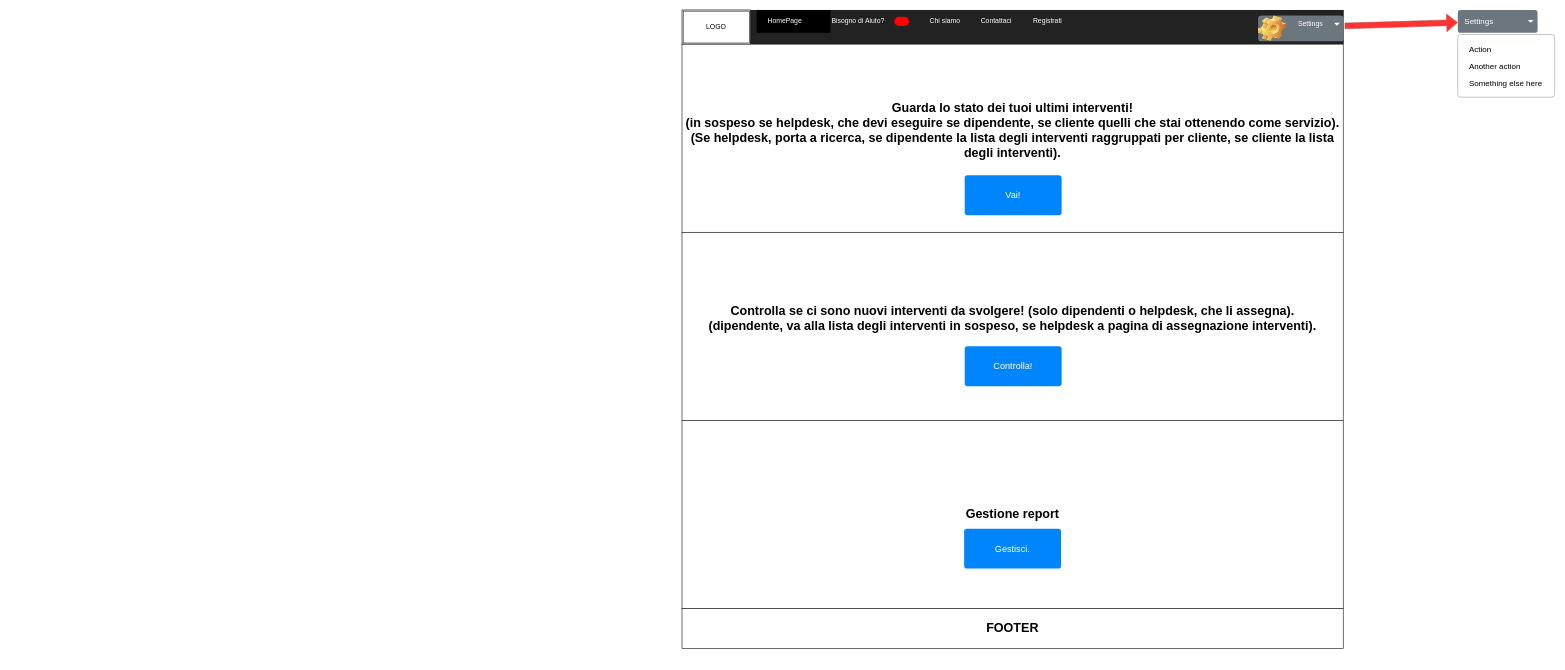
Earlier version of the draw.io diagram mockup/InfoservicePrivata1.1.drawio (InfoServiceEASY/SitoInfoService). Source tidied: cells renumbered, new cells numbered last; positions are measured from the earlier drawing's top-left corner, leaving out a move shared by most shapes. Both pictures are drawn from the tidied source at 57%, with x=0, y=0 at pixel (682, 10).
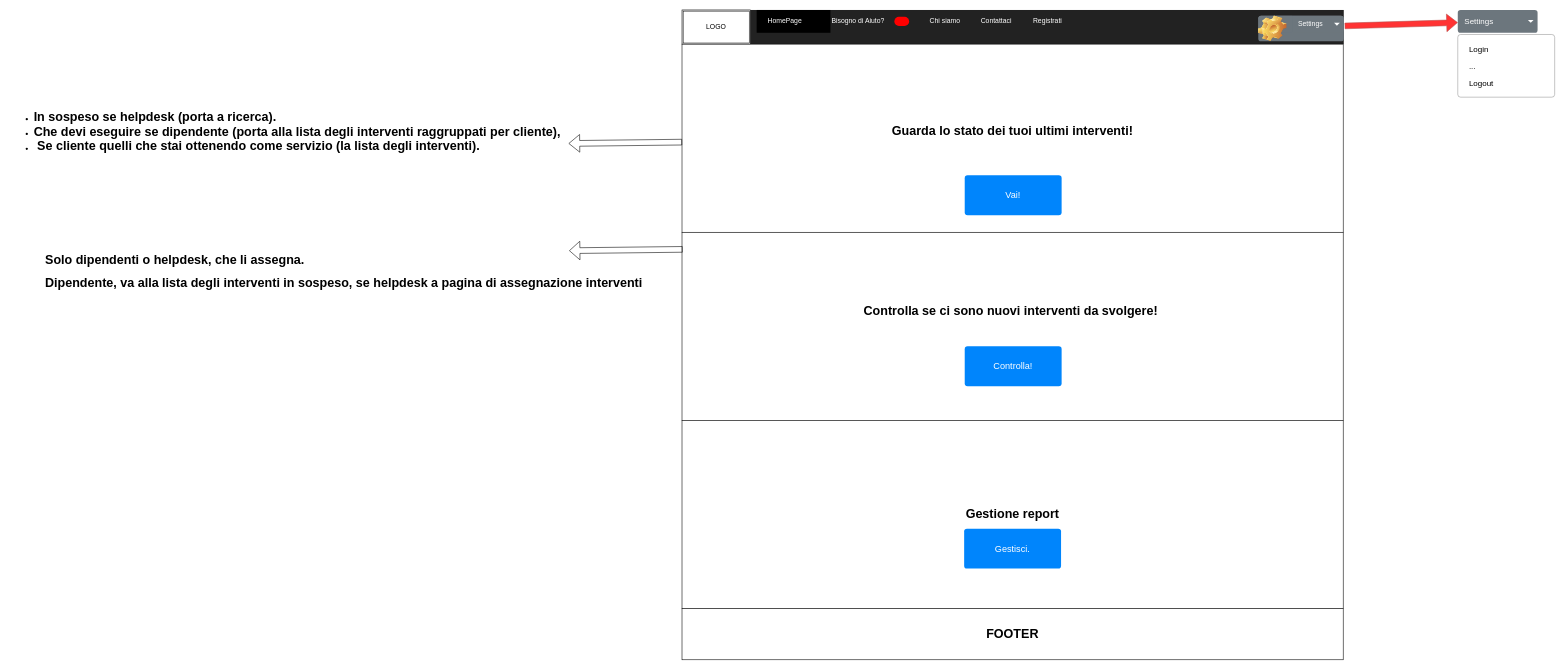
Above is the later version.

Unchanged cells that the change refers to:
```xml
<mxCell id="18" style="html=1;shadow=0;dashed=0;shape=mxgraph.bootstrap.rrect;rSize=5;fillColor=#ffffff;strokeColor=#999999;" parent="1" vertex="1">
  <mxGeometry x="1361" y="43" width="170" height="110" as="geometry" />
</mxCell>
```

Diff of the diagram source:
```diff
@@
-    <mxCell id="19" value="Action" style="fillColor=none;strokeColor=none;align=left;spacing=20;fontSize=14;" parent="18" vertex="1">
+    <mxCell id="19" value="Login" style="fillColor=none;strokeColor=none;align=left;spacing=20;fontSize=14;" parent="18" vertex="1">
       <mxGeometry width="170" height="30" relative="1" as="geometry">
         <mxPoint y="10" as="offset" />
       </mxGeometry>
     </mxCell>
-    <mxCell id="20" value="Another action" style="fillColor=none;strokeColor=none;align=left;spacing=20;fontSize=14;" parent="18" vertex="1">
+    <mxCell id="20" value="..." style="fillColor=none;strokeColor=none;align=left;spacing=20;fontSize=14;" parent="18" vertex="1">
       <mxGeometry width="170" height="30" relative="1" as="geometry">
         <mxPoint y="40" as="offset" />
       </mxGeometry>
     </mxCell>
-    <mxCell id="21" value="Something else here" style="fillColor=none;strokeColor=none;align=left;spacing=20;fontSize=14;" parent="18" vertex="1">
+    <mxCell id="21" value="Logout" style="fillColor=none;strokeColor=none;align=left;spacing=20;fontSize=14;" parent="18" vertex="1">
       <mxGeometry width="170" height="30" relative="1" as="geometry">
         <mxPoint y="70" as="offset" />
       </mxGeometry>
     </mxCell>
@@
-    <mxCell id="23" value="&lt;b style=&quot;font-size: 22px&quot;&gt;Guarda lo stato dei tuoi ultimi interventi! &lt;br&gt;(in sospeso se helpdesk, che devi eseguire se dipendente, se cliente quelli che stai ottenendo come servizio).&lt;br&gt;(Se helpdesk, porta a ricerca, se dipendente la lista degli interventi raggruppati per cliente, se cliente la lista degli interventi).&lt;/b&gt;&lt;b style=&quot;font-size: 22px&quot;&gt;&lt;br&gt;&lt;br&gt;&lt;/b&gt;" style="rounded=0;whiteSpace=wrap;html=1;" parent="1" vertex="1">
+    <mxCell id="23" value="&lt;b style=&quot;font-size: 22px&quot;&gt;Guarda lo stato dei tuoi ultimi interventi! &lt;br&gt;&lt;/b&gt;&lt;b style=&quot;font-size: 22px&quot;&gt;&lt;br&gt;&lt;/b&gt;" style="rounded=0;whiteSpace=wrap;html=1;" parent="1" vertex="1">
       <mxGeometry y="60" width="1160" height="330" as="geometry" />
     </mxCell>
@@
-    <mxCell id="25" value="&lt;b style=&quot;font-size: 22px&quot;&gt;Controlla se ci sono nuovi interventi da svolgere! (solo dipendenti o helpdesk, che li assegna).&lt;br&gt;(dipendente, va alla lista degli interventi in sospeso, se helpdesk a pagina di assegnazione interventi).&lt;br&gt;&lt;br&gt;&lt;/b&gt;" style="rounded=0;whiteSpace=wrap;html=1;" parent="1" vertex="1">
+    <mxCell id="25" value="&lt;b style=&quot;font-size: 22px&quot;&gt;Controlla se ci sono nuovi interventi da svolgere!&amp;nbsp;&lt;br&gt;&lt;br&gt;&lt;br&gt;&lt;/b&gt;" style="rounded=0;whiteSpace=wrap;html=1;" parent="1" vertex="1">
       <mxGeometry y="390" width="1160" height="330" as="geometry" />
     </mxCell>
@@
     <mxCell id="29" value="&lt;b style=&quot;font-size: 22px&quot;&gt;FOOTER&lt;br&gt;&lt;/b&gt;" style="rounded=0;whiteSpace=wrap;html=1;" parent="1" vertex="1">
-      <mxGeometry y="1050" width="1160" height="70" as="geometry" />
+      <mxGeometry y="1050" width="1160" height="90" as="geometry" />
     </mxCell>
+    <mxCell id="30" value="&lt;ul&gt;&lt;li&gt;&lt;b style=&quot;font-size: 22px&quot;&gt;In sospeso se helpdesk (porta a ricerca).&lt;/b&gt;&lt;/li&gt;&lt;li&gt;&lt;b style=&quot;font-size: 22px&quot;&gt;Che devi eseguire se dipendente (&lt;b&gt;porta alla&amp;nbsp;&lt;b&gt;lista degli interventi raggruppati per cliente&lt;/b&gt;)&lt;/b&gt;,&lt;/b&gt;&lt;/li&gt;&lt;li&gt;&lt;b style=&quot;font-size: 22px&quot;&gt;&amp;nbsp;Se cliente quelli che stai ottenendo come servizio (&lt;b&gt;la lista degli interventi)&lt;/b&gt;.&lt;/b&gt;&lt;/li&gt;&lt;/ul&gt;&lt;b style=&quot;font-size: 22px&quot;&gt;&amp;nbsp;&lt;br&gt;&lt;/b&gt;&lt;b style=&quot;font-size: 22px&quot;&gt;&lt;br&gt;&lt;/b&gt;" style="text;html=1;align=left;verticalAlign=middle;points=[];" parent="1" vertex="1">
+      <mxGeometry x="-1179" y="180" width="980" height="120" as="geometry" />
+    </mxCell>
+    <mxCell id="31" style="shape=flexArrow;endArrow=classic;html=1;" parent="1" edge="1" source="23" target="30">
+      <mxGeometry relative="1" as="geometry" />
+    </mxCell>
+    <mxCell id="32" value="&lt;b style=&quot;font-size: 22px&quot;&gt;Dipendente, va alla lista degli interventi in sospeso, se helpdesk a pagina di assegnazione interventi&lt;/b&gt;" style="text;html=1;align=left;verticalAlign=middle;" parent="1" vertex="1">
+      <mxGeometry x="-1119" y="470" width="1060" height="20" as="geometry" />
+    </mxCell>
+    <mxCell id="33" value="&lt;b style=&quot;font-size: 22px&quot;&gt;Solo dipendenti o helpdesk, che li assegna.&lt;/b&gt;" style="text;html=1;align=left;verticalAlign=middle;" parent="1" vertex="1">
+      <mxGeometry x="-1119" y="430" width="470" height="20" as="geometry" />
+    </mxCell>
+    <mxCell id="34" style="shape=flexArrow;endArrow=classic;html=1;endWidth=21.666666666666668;endSize=5.783333333333334;" parent="1" edge="1">
+      <mxGeometry relative="1" as="geometry">
+        <mxPoint x="1" y="420" as="sourcePoint" />
+        <mxPoint x="-198" y="422.3" as="targetPoint" />
+      </mxGeometry>
+    </mxCell>
```
